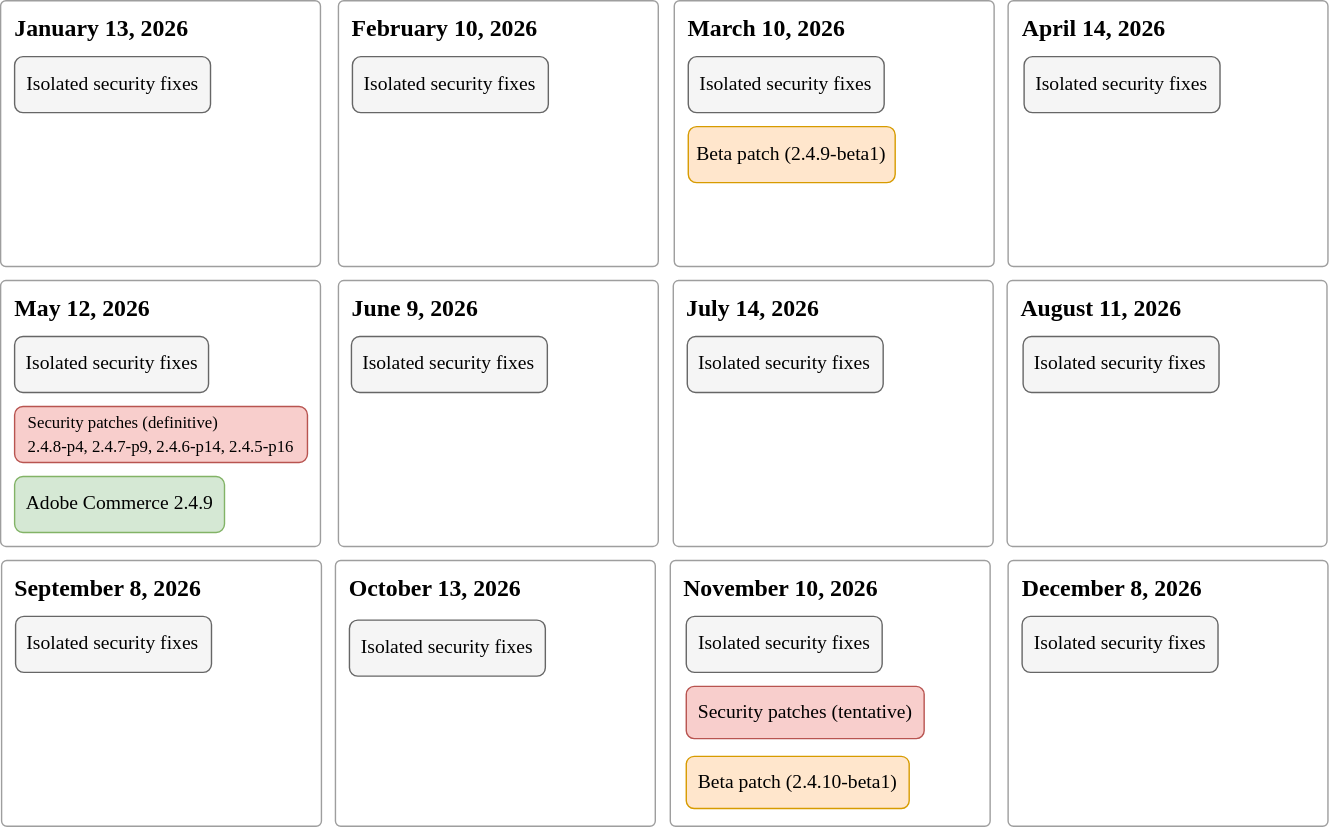
Before: help/assets/release/release-calendar.drawio.svg, a diagram exported from draw.io (AdobeDocs/commerce-operations.en). Source tidied: cells renumbered, new cells last; positions are measured from the earlier drawing's top-left corner, leaving out a move shared by most shapes.
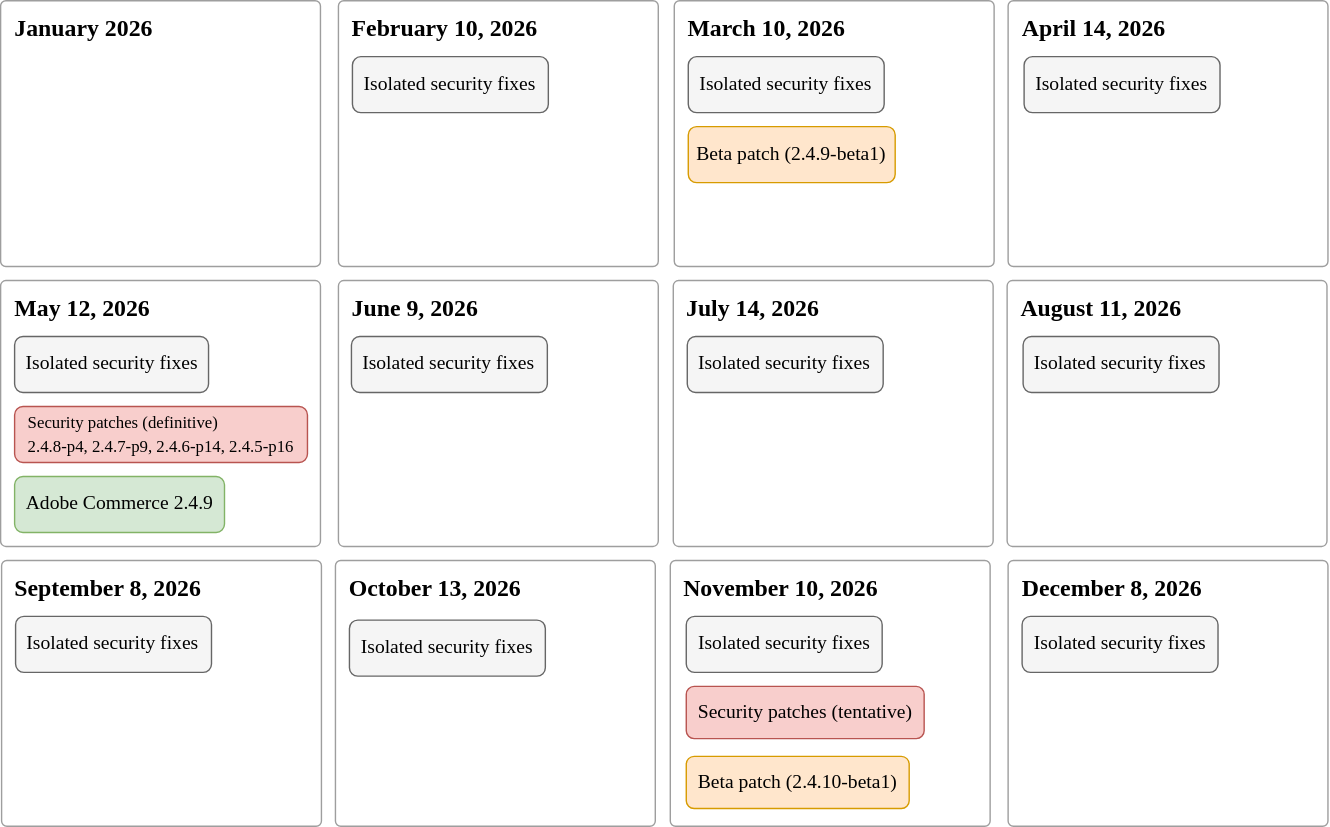
Above is the later version.

Commit message:
Remove January patch release from schedule

What changed in the source:
```diff
@@ -83,11 +83,8 @@
     <mxCell id="28" value="Isolated security fixes" style="rounded=1;whiteSpace=wrap;html=1;fillColor=#f5f5f5;strokeColor=#666666;fontFamily=Adobe Clean;fontSize=14;fontColor=light-dark(default, #915050);" parent="1" vertex="1">
       <mxGeometry x="249" y="442.7" width="140" height="40" as="geometry" />
     </mxCell>
-    <mxCell id="29" value="&lt;div&gt;&lt;font&gt;&lt;b&gt;January 13, 2026&lt;/b&gt;&lt;/font&gt;&lt;/div&gt;&lt;div&gt;&lt;br&gt;&lt;/div&gt;&lt;div&gt;&lt;br&gt;&lt;/div&gt;" style="rounded=1;whiteSpace=wrap;html=1;arcSize=2;fillColor=none;strokeColor=#9E9E9E;fontFamily=Adobe Clean;fontSize=17;perimeter=rectanglePerimeter;shadow=0;align=left;spacingTop=-108;spacing=2;spacingLeft=8;fontColor=light-dark(default, #915050);" parent="1" vertex="1">
+    <mxCell id="29" value="&lt;div&gt;&lt;font&gt;&lt;b&gt;January 2026&lt;/b&gt;&lt;/font&gt;&lt;/div&gt;&lt;div&gt;&lt;br&gt;&lt;/div&gt;&lt;div&gt;&lt;br&gt;&lt;/div&gt;" style="rounded=1;whiteSpace=wrap;html=1;arcSize=2;fillColor=none;strokeColor=#9E9E9E;fontFamily=Adobe Clean;fontSize=17;perimeter=rectanglePerimeter;shadow=0;align=left;spacingTop=-108;spacing=2;spacingLeft=8;fontColor=light-dark(default, #915050);" parent="1" vertex="1">
       <mxGeometry x="-0.3" width="228.6" height="190" as="geometry" />
     </mxCell>
-    <mxCell id="30" value="Isolated security fixes" style="rounded=1;whiteSpace=wrap;html=1;fillColor=#f5f5f5;strokeColor=#666666;fontFamily=Adobe Clean;fontSize=14;fontColor=light-dark(default, #915050);" parent="1" vertex="1">
-      <mxGeometry x="9.7" y="40" width="140" height="40" as="geometry" />
-    </mxCell>
   </root>
 </mxGraphModel>
```
